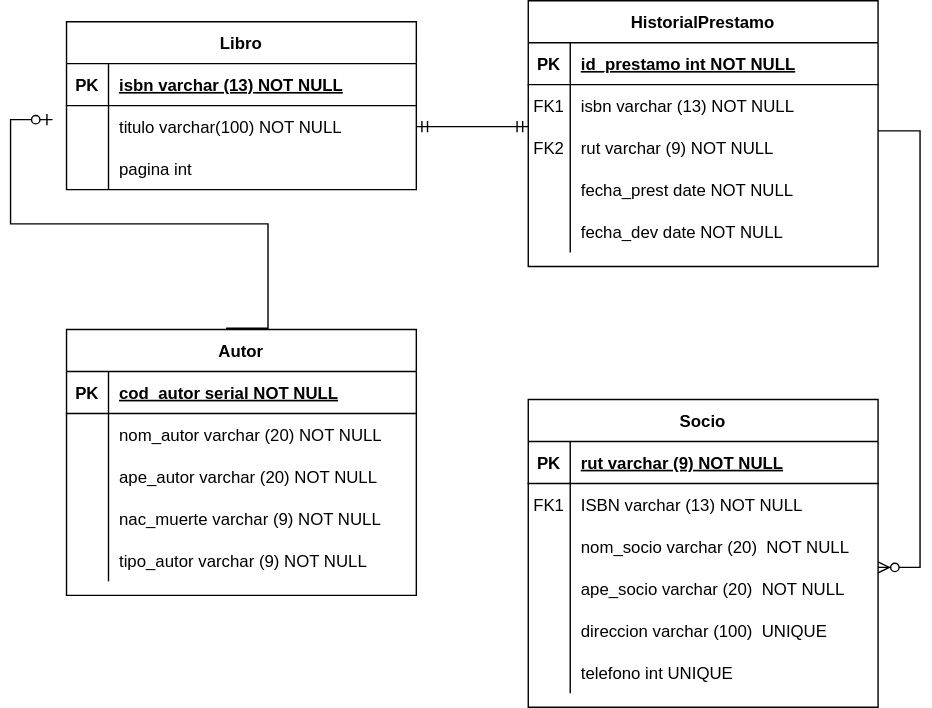
Before: Modelo fisico.drawio.svg, a diagram exported from draw.io (FranSantander/-Biblioteca). Source tidied: cells renumbered, new cells last; positions are measured from the earlier drawing's top-left corner, leaving out a move shared by most shapes.
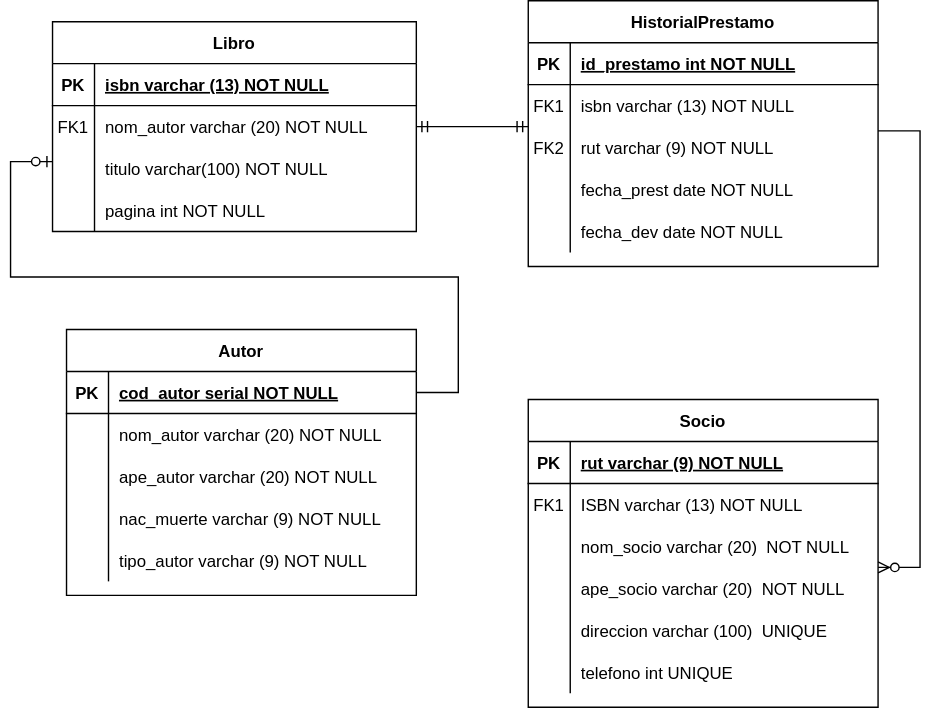
After the change.

What changed in the source:
```diff
@@ -3,34 +3,43 @@
     <mxCell id="0" />
     <mxCell id="1" parent="0" />
     <mxCell id="2" value="Libro" style="shape=table;startSize=30;rowLines=0;fontStyle=1;align=center;" parent="1" vertex="1">
-      <mxGeometry x="10" y="15" width="250" height="120" as="geometry" />
+      <mxGeometry y="15" width="260" height="150" as="geometry" />
     </mxCell>
     <mxCell id="3" style="shape=partialRectangle;fillColor=none;top=0;left=0;right=0;bottom=1;" parent="2" vertex="1">
-      <mxGeometry y="30" width="250" height="30" as="geometry" />
+      <mxGeometry y="30" width="260" height="30" as="geometry" />
     </mxCell>
     <mxCell id="4" value="PK" style="shape=partialRectangle;overflow=hidden;fillColor=none;top=0;left=0;bottom=0;right=0;fontStyle=1;" parent="3" vertex="1">
       <mxGeometry width="30" height="30" as="geometry" />
     </mxCell>
     <mxCell id="5" value="isbn varchar (13) NOT NULL " style="shape=partialRectangle;overflow=hidden;fillColor=none;top=0;left=0;bottom=0;right=0;align=left;spacingLeft=6;fontStyle=5;" parent="3" vertex="1">
-      <mxGeometry x="30" width="220" height="30" as="geometry" />
+      <mxGeometry x="30" width="230" height="30" as="geometry" />
     </mxCell>
+    <mxCell id="66" style="shape=partialRectangle;fillColor=none;top=0;left=0;right=0;bottom=0;" parent="2" vertex="1">
+      <mxGeometry y="60" width="260" height="30" as="geometry" />
+    </mxCell>
+    <mxCell id="67" value="FK1" style="shape=partialRectangle;overflow=hidden;fillColor=none;top=0;left=0;bottom=0;right=0;" parent="66" vertex="1">
+      <mxGeometry width="30" height="30" as="geometry" />
+    </mxCell>
+    <mxCell id="68" value="nom_autor varchar (20) NOT NULL" style="shape=partialRectangle;overflow=hidden;fillColor=none;top=0;left=0;bottom=0;right=0;align=left;spacingLeft=6;" parent="66" vertex="1">
+      <mxGeometry x="30" width="230" height="30" as="geometry" />
+    </mxCell>
     <mxCell id="6" style="shape=partialRectangle;fillColor=none;top=0;left=0;right=0;bottom=0;" parent="2" vertex="1">
-      <mxGeometry y="60" width="250" height="30" as="geometry" />
+      <mxGeometry y="90" width="260" height="30" as="geometry" />
     </mxCell>
     <mxCell id="7" style="shape=partialRectangle;overflow=hidden;fillColor=none;top=0;left=0;bottom=0;right=0;" parent="6" vertex="1">
       <mxGeometry width="30" height="30" as="geometry" />
     </mxCell>
     <mxCell id="8" value="titulo varchar(100) NOT NULL" style="shape=partialRectangle;overflow=hidden;fillColor=none;top=0;left=0;bottom=0;right=0;align=left;spacingLeft=6;" parent="6" vertex="1">
-      <mxGeometry x="30" width="220" height="30" as="geometry" />
+      <mxGeometry x="30" width="230" height="30" as="geometry" />
     </mxCell>
     <mxCell id="9" style="shape=partialRectangle;fillColor=none;top=0;left=0;right=0;bottom=0;" parent="2" vertex="1">
-      <mxGeometry y="90" width="250" height="30" as="geometry" />
+      <mxGeometry y="120" width="260" height="30" as="geometry" />
     </mxCell>
     <mxCell id="10" style="shape=partialRectangle;overflow=hidden;fillColor=none;top=0;left=0;bottom=0;right=0;" parent="9" vertex="1">
       <mxGeometry width="30" height="30" as="geometry" />
     </mxCell>
-    <mxCell id="11" value="pagina int" style="shape=partialRectangle;overflow=hidden;fillColor=none;top=0;left=0;bottom=0;right=0;align=left;spacingLeft=6;" parent="9" vertex="1">
-      <mxGeometry x="30" width="220" height="30" as="geometry" />
+    <mxCell id="11" value="pagina int NOT NULL" style="shape=partialRectangle;overflow=hidden;fillColor=none;top=0;left=0;bottom=0;right=0;align=left;spacingLeft=6;" parent="9" vertex="1">
+      <mxGeometry x="30" width="230" height="30" as="geometry" />
     </mxCell>
     <mxCell id="12" style="edgeStyle=entityRelationEdgeStyle;fontSize=12;html=1;endArrow=ERmandOne;startArrow=ERmandOne;rounded=0;exitX=1;exitY=0.5;exitDx=0;exitDy=0;entryX=0;entryY=0.5;entryDx=0;entryDy=0;" parent="1" edge="1">
       <mxGeometry relative="1" as="geometry">
@@ -194,9 +203,9 @@
     <mxCell id="64" value="tipo_autor varchar (9) NOT NULL" style="shape=partialRectangle;fillColor=none;top=0;left=0;bottom=0;right=0;align=left;spacingLeft=6;overflow=hidden;" parent="62" vertex="1">
       <mxGeometry x="30" width="220" height="30" as="geometry" />
     </mxCell>
-    <mxCell id="65" style="edgeStyle=entityRelationEdgeStyle;fontSize=12;html=1;endArrow=ERzeroToOne;endFill=1;rounded=0;exitX=0.456;exitY=-0.005;exitDx=0;exitDy=0;exitPerimeter=0;" parent="1" edge="1" source="49">
+    <mxCell id="65" style="edgeStyle=entityRelationEdgeStyle;fontSize=12;html=1;endArrow=ERzeroToOne;endFill=1;rounded=0;exitX=1;exitY=0.5;exitDx=0;exitDy=0;" parent="1" edge="1" source="50">
       <mxGeometry relative="1" as="geometry">
-        <mxPoint y="85" as="targetPoint" />
+        <mxPoint y="115" as="targetPoint" />
       </mxGeometry>
     </mxCell>
   </root>
```
